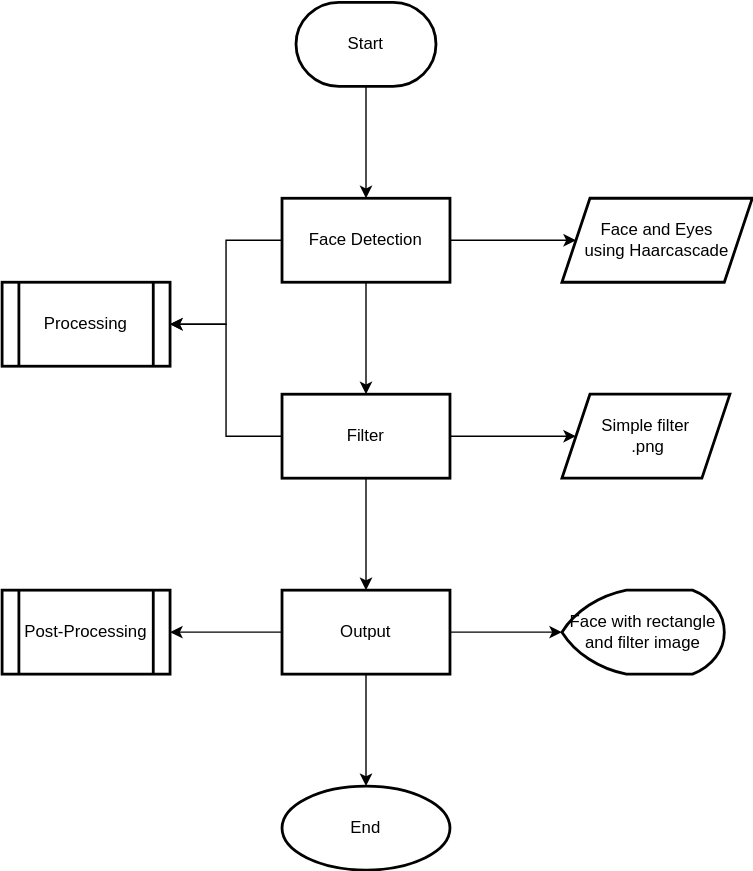
billowdev/something-with-python keeps this draw.io diagram as Planproj.drawio.svg. Above is the earlier version. Source tidied: cells renumbered, new cells last; positions are measured from the earlier drawing's top-left corner, leaving out a move shared by most shapes. Source of this version:
```xml
<mxGraphModel>
  <root>
    <mxCell id="0" />
    <mxCell id="1" parent="0" />
    <mxCell id="2" style="edgeStyle=orthogonalEdgeStyle;rounded=0;jettySize=auto;html=1;" parent="1" edge="1" source="3" target="7">
      <mxGeometry relative="1" as="geometry" />
    </mxCell>
    <mxCell id="3" value="Start" style="strokeWidth=2;html=1;shape=mxgraph.flowchart.terminator;whiteSpace=wrap;" parent="1" vertex="1">
      <mxGeometry x="210" width="100" height="60" as="geometry" />
    </mxCell>
    <mxCell id="4" style="edgeStyle=orthogonalEdgeStyle;rounded=0;jettySize=auto;html=1;" parent="1" edge="1" source="7" target="11">
      <mxGeometry relative="1" as="geometry" />
    </mxCell>
    <mxCell id="5" style="edgeStyle=orthogonalEdgeStyle;rounded=0;jettySize=auto;html=1;" parent="1" edge="1" source="7" target="18">
      <mxGeometry relative="1" as="geometry" />
    </mxCell>
    <mxCell id="6" style="edgeStyle=orthogonalEdgeStyle;rounded=0;jettySize=auto;html=1;entryX=1;entryY=0.5;entryDx=0;entryDy=0;" parent="1" edge="1" source="7" target="19">
      <mxGeometry relative="1" as="geometry" />
    </mxCell>
    <mxCell id="7" value="Face Detection" style="whiteSpace=wrap;html=1;strokeWidth=2;" parent="1" vertex="1">
      <mxGeometry x="200" y="140" width="120" height="60" as="geometry" />
    </mxCell>
    <mxCell id="8" style="edgeStyle=orthogonalEdgeStyle;rounded=0;jettySize=auto;html=1;" parent="1" edge="1" source="11" target="15">
      <mxGeometry relative="1" as="geometry" />
    </mxCell>
    <mxCell id="9" style="edgeStyle=orthogonalEdgeStyle;rounded=0;jettySize=auto;html=1;" parent="1" edge="1" source="11" target="17">
      <mxGeometry relative="1" as="geometry" />
    </mxCell>
    <mxCell id="10" style="edgeStyle=orthogonalEdgeStyle;rounded=0;jettySize=auto;html=1;entryX=1;entryY=0.5;entryDx=0;entryDy=0;" parent="1" edge="1" source="11" target="19">
      <mxGeometry relative="1" as="geometry" />
    </mxCell>
    <mxCell id="11" value="Filter" style="whiteSpace=wrap;html=1;strokeWidth=2;" parent="1" vertex="1">
      <mxGeometry x="200" y="280" width="120" height="60" as="geometry" />
    </mxCell>
    <mxCell id="12" style="edgeStyle=orthogonalEdgeStyle;rounded=0;jettySize=auto;html=1;" parent="1" edge="1" source="15" target="16">
      <mxGeometry relative="1" as="geometry" />
    </mxCell>
    <mxCell id="13" style="edgeStyle=orthogonalEdgeStyle;rounded=0;jettySize=auto;html=1;" parent="1" edge="1" source="15" target="20">
      <mxGeometry relative="1" as="geometry" />
    </mxCell>
    <mxCell id="14" style="edgeStyle=orthogonalEdgeStyle;rounded=0;jettySize=auto;html=1;" parent="1" edge="1" source="15" target="21">
      <mxGeometry relative="1" as="geometry" />
    </mxCell>
    <mxCell id="15" value="Output" style="whiteSpace=wrap;html=1;strokeWidth=2;" parent="1" vertex="1">
      <mxGeometry x="200" y="420" width="120" height="60" as="geometry" />
    </mxCell>
    <mxCell id="16" value="End" style="ellipse;whiteSpace=wrap;html=1;strokeWidth=2;" parent="1" vertex="1">
      <mxGeometry x="200" y="560" width="120" height="60" as="geometry" />
    </mxCell>
    <mxCell id="17" value="Simple filter&lt;br&gt;&amp;nbsp;.png" style="shape=parallelogram;perimeter=parallelogramPerimeter;whiteSpace=wrap;html=1;fixedSize=1;strokeWidth=2;" parent="1" vertex="1">
      <mxGeometry x="400" y="280" width="120" height="60" as="geometry" />
    </mxCell>
    <mxCell id="18" value="Face and Eyes&lt;br&gt;using Haarcascade" style="shape=parallelogram;perimeter=parallelogramPerimeter;whiteSpace=wrap;html=1;fixedSize=1;strokeWidth=2;" parent="1" vertex="1">
      <mxGeometry x="400" y="140" width="136" height="60" as="geometry" />
    </mxCell>
    <mxCell id="19" value="Processing" style="shape=process;whiteSpace=wrap;html=1;backgroundOutline=1;strokeWidth=2;" parent="1" vertex="1">
      <mxGeometry y="200" width="120" height="60" as="geometry" />
    </mxCell>
    <mxCell id="20" value="Post-Processing" style="shape=process;whiteSpace=wrap;html=1;backgroundOutline=1;strokeWidth=2;" parent="1" vertex="1">
      <mxGeometry y="420" width="120" height="60" as="geometry" />
    </mxCell>
    <mxCell id="21" value="Face with rectangle and filter image" style="strokeWidth=2;html=1;shape=mxgraph.flowchart.display;whiteSpace=wrap;" parent="1" vertex="1">
      <mxGeometry x="400" y="420" width="116" height="60" as="geometry" />
    </mxCell>
  </root>
</mxGraphModel>
```
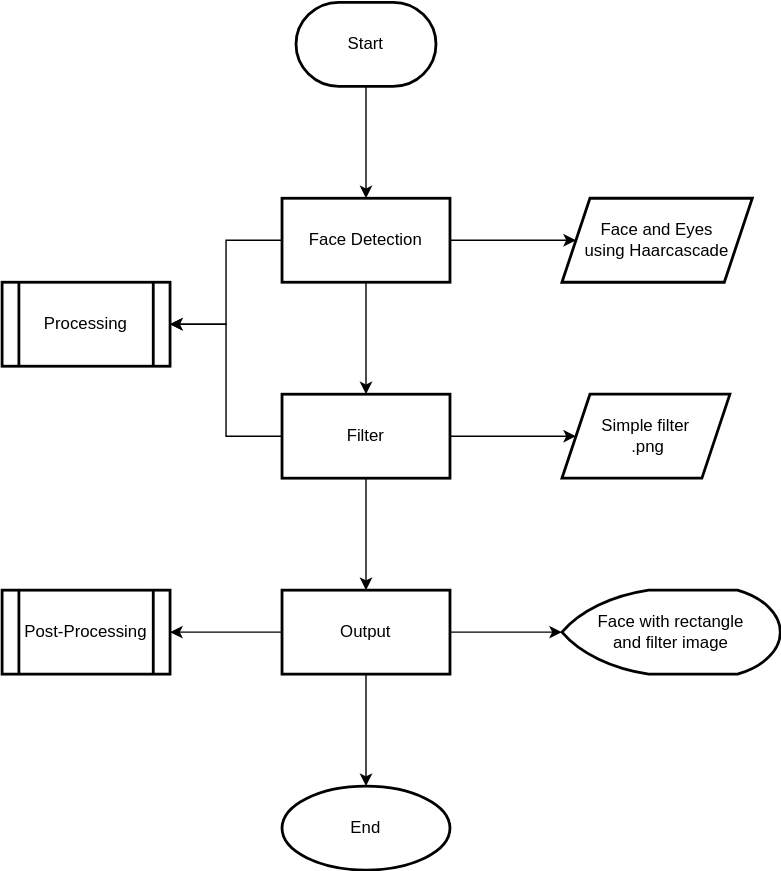
After the change.

Change to the diagram source:
```diff
@@ -59,8 +59,8 @@
     <mxCell id="20" value="Post-Processing" style="shape=process;whiteSpace=wrap;html=1;backgroundOutline=1;strokeWidth=2;" parent="1" vertex="1">
       <mxGeometry y="420" width="120" height="60" as="geometry" />
     </mxCell>
-    <mxCell id="21" value="Face with rectangle and filter image" style="strokeWidth=2;html=1;shape=mxgraph.flowchart.display;whiteSpace=wrap;" parent="1" vertex="1">
-      <mxGeometry x="400" y="420" width="116" height="60" as="geometry" />
+    <mxCell id="21" value="Face with rectangle &lt;br&gt;and filter image" style="strokeWidth=2;html=1;shape=mxgraph.flowchart.display;whiteSpace=wrap;" parent="1" vertex="1">
+      <mxGeometry x="400" y="420" width="156" height="60" as="geometry" />
     </mxCell>
   </root>
 </mxGraphModel>
```
